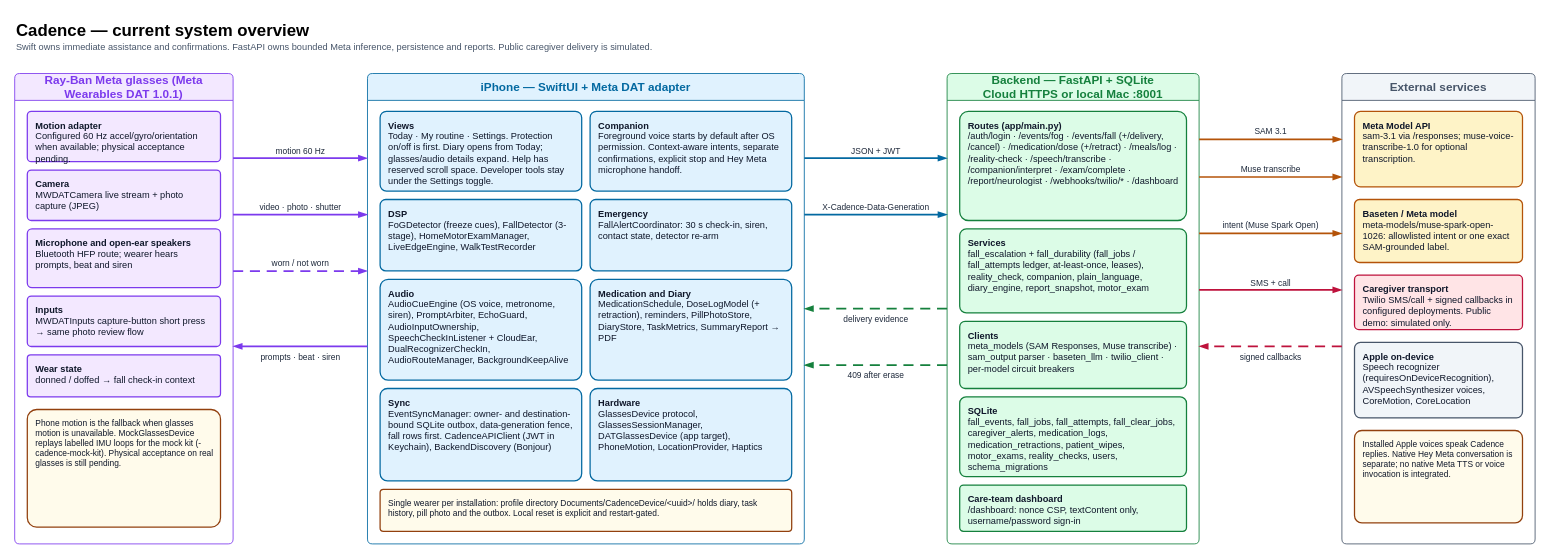
The draw.io diagram page "1 System overview" (1 of 5) of docs/cadence_architecture.drawio in theloopsmith/Cadence, before the edit. Source tidied: cells renumbered, new cells numbered last; positions are measured from the earlier drawing's top-left corner, leaving out a move shared by most shapes. Both pictures are drawn from the tidied source at 84%, with x=0, y=0 at pixel (14, 14).
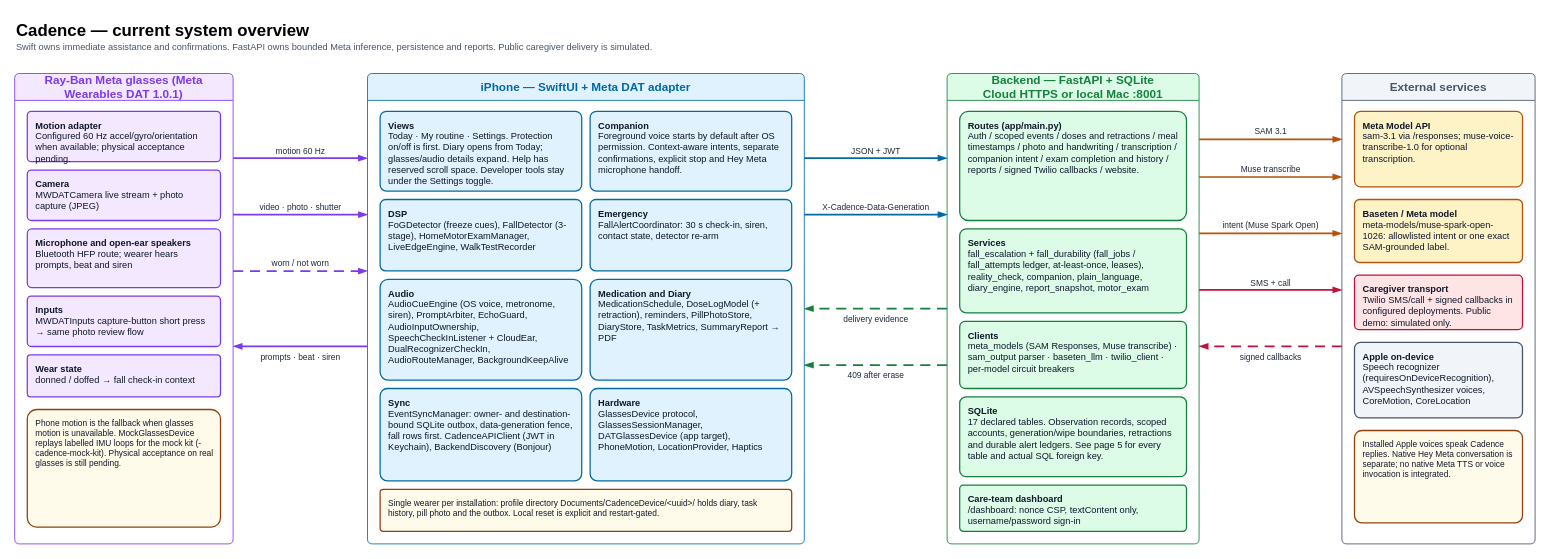
Above is the later version.

The change refers to these unchanged cells:
```xml
<mxCell id="5" value="Backend — FastAPI + SQLite&lt;br/&gt;Cloud HTTPS or local Mac :8001" style="swimlane;whiteSpace=wrap;html=1;startSize=32;fillColor=#DCFCE7;strokeColor=#15803D;fontColor=#15803D;fontStyle=1;fontSize=14;rounded=1;arcSize=6;swimlaneFillColor=#FFFFFF;" parent="1" vertex="1">
  <mxGeometry x="1110" y="70" width="300" height="560" as="geometry" />
</mxCell>
```

The edit, as a diff of the source:
```diff
@@
-    <mxCell id="22" value="&lt;b&gt;Routes (app/main.py)&lt;/b&gt;&lt;br/&gt;/auth/login · /events/fog · /events/fall (+/delivery, /cancel) · /medication/dose (+/retract) · /meals/log · /reality-check · /speech/transcribe · /companion/interpret · /exam/complete · /report/neurologist · /webhooks/twilio/* · /dashboard" style="rounded=1;arcSize=8;whiteSpace=wrap;html=1;fillColor=#DCFCE7;strokeColor=#15803D;fontColor=#0F172A;fontSize=11;align=left;verticalAlign=top;spacingLeft=8;spacingRight=8;spacingTop=4;strokeWidth=1.5;" parent="5" vertex="1">
+    <mxCell id="22" value="&lt;b&gt;Routes (app/main.py)&lt;/b&gt;&lt;br/&gt;Auth / scoped events / doses and retractions / meal timestamps / photo and handwriting / transcription / companion intent / exam completion and history / reports / signed Twilio callbacks / website." style="rounded=1;arcSize=8;whiteSpace=wrap;html=1;fillColor=#DCFCE7;strokeColor=#15803D;fontColor=#0F172A;fontSize=11;align=left;verticalAlign=top;spacingLeft=8;spacingRight=8;spacingTop=4;strokeWidth=1.5;" parent="5" vertex="1">
       <mxGeometry x="15" y="45" width="270" height="130" as="geometry" />
     </mxCell>
@@
-    <mxCell id="25" value="&lt;b&gt;SQLite&lt;/b&gt;&lt;br/&gt;fall_events, fall_jobs, fall_attempts, fall_clear_jobs, caregiver_alerts, medication_logs, medication_retractions, patient_wipes, motor_exams, reality_checks, users, schema_migrations" style="rounded=1;arcSize=8;whiteSpace=wrap;html=1;fillColor=#DCFCE7;strokeColor=#15803D;fontColor=#0F172A;fontSize=11;align=left;verticalAlign=top;spacingLeft=8;spacingRight=8;spacingTop=4;strokeWidth=1.5;" parent="5" vertex="1">
+    <mxCell id="25" value="&lt;b&gt;SQLite&lt;/b&gt;&lt;br/&gt;17 declared tables. Observation records, scoped accounts, generation/wipe boundaries, retractions and durable alert ledgers. See page 5 for every table and actual SQL foreign key." style="rounded=1;arcSize=8;whiteSpace=wrap;html=1;fillColor=#DCFCE7;strokeColor=#15803D;fontColor=#0F172A;fontSize=11;align=left;verticalAlign=top;spacingLeft=8;spacingRight=8;spacingTop=4;strokeWidth=1.5;" parent="5" vertex="1">
       <mxGeometry x="15" y="385" width="270" height="95" as="geometry" />
     </mxCell>
```
